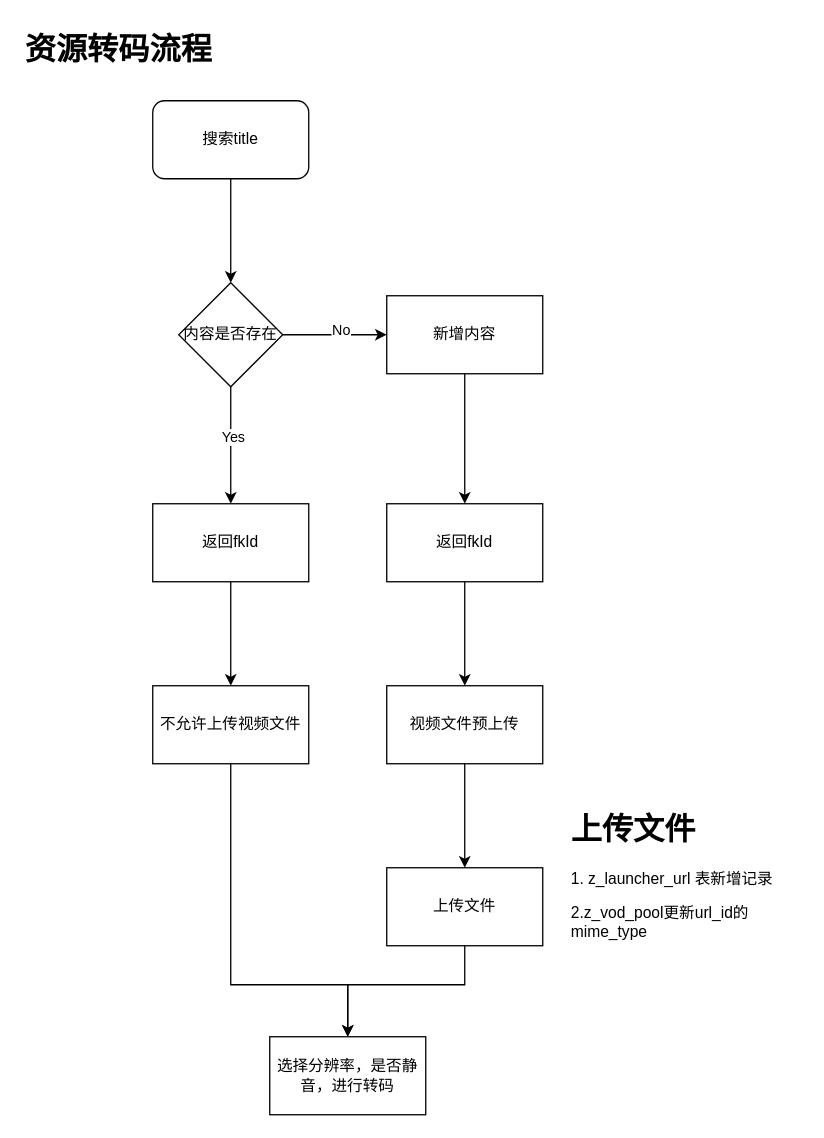
This is update/资源转码.drawio from stevezhouht/baiduCDP, a draw.io file, before an edit. Source tidied: cells renumbered, new cells numbered last; positions are measured from the earlier drawing's top-left corner, leaving out a move shared by most shapes. Both pictures are drawn from the tidied source at 130%, with x=0, y=0 at pixel (22, 22).
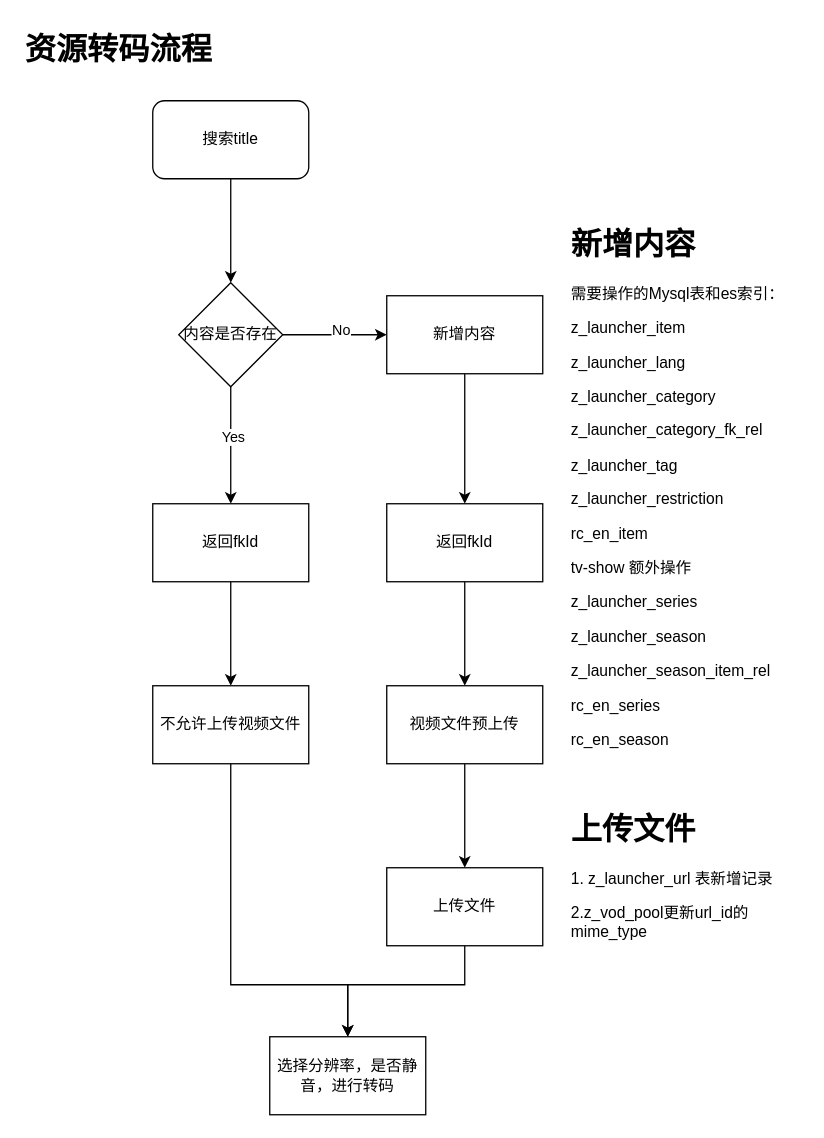
After the change.

Commit message (it also covers changes not shown here):
更新资源转码.drawio

The edit, as a diff of the source:
```diff
@@
+    <mxCell id="24" value="&lt;h1 style=&quot;margin-top: 0px;&quot;&gt;新增内容&lt;/h1&gt;&lt;p&gt;需要操作的Mysql表和es索引：&lt;/p&gt;&lt;p&gt;z_launcher_item&lt;/p&gt;&lt;p&gt;z_launcher_lang&lt;/p&gt;&lt;p&gt;z_launcher_category&lt;/p&gt;&lt;p&gt;z_launcher_category_fk_rel&lt;/p&gt;&lt;p&gt;z_launcher_tag&lt;/p&gt;&lt;p&gt;z_launcher_restriction&lt;/p&gt;&lt;p&gt;rc_en_item&lt;/p&gt;&lt;p&gt;tv-show 额外操作&lt;/p&gt;&lt;p&gt;z_launcher_series&lt;/p&gt;&lt;p&gt;z_launcher_season&lt;/p&gt;&lt;p&gt;z_launcher_season_item_rel&lt;/p&gt;&lt;p&gt;rc_en_series&lt;/p&gt;&lt;p&gt;rc_en_season&lt;/p&gt;" style="text;html=1;whiteSpace=wrap;overflow=hidden;rounded=0;" parent="1" vertex="1">
+      <mxGeometry x="420" y="150" width="180" height="430" as="geometry" />
+    </mxCell>
```
